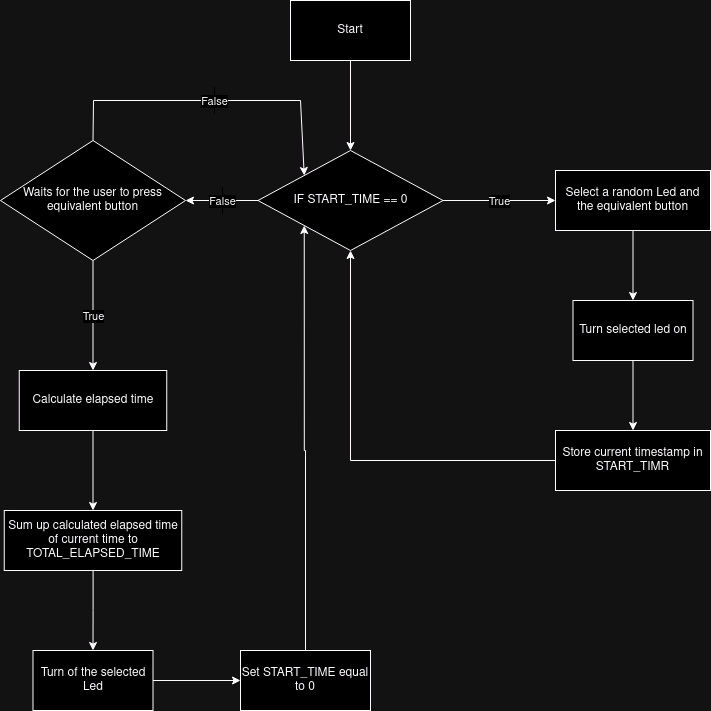
The draw.io diagram assets/diagram.png in hans-thomas/smart-punching-bag, before a commit. Source tidied: cells renumbered, new cells last; positions are measured from the earlier drawing's top-left corner, leaving out a move shared by most shapes.
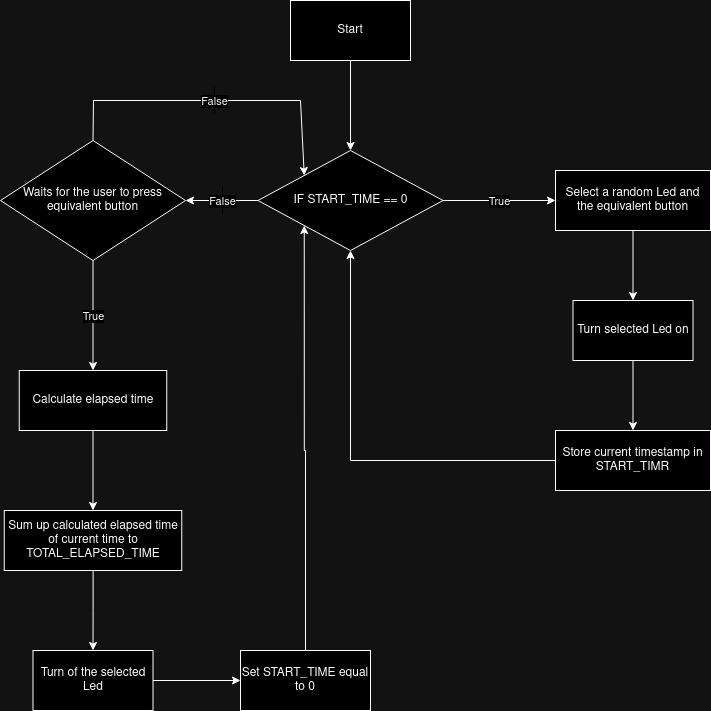
The same diagram one commit later.

Diff of the diagram source:
```diff
@@ -26,7 +26,7 @@
     <mxCell id="9" style="edgeStyle=orthogonalEdgeStyle;rounded=0;jettySize=auto;html=1;exitX=0.5;exitY=1;exitDx=0;exitDy=0;entryX=0.5;entryY=0;entryDx=0;entryDy=0;" parent="1" edge="1" source="10" target="8">
       <mxGeometry relative="1" as="geometry" />
     </mxCell>
-    <mxCell id="10" value="Turn selected led on" style="whiteSpace=wrap;html=1;" parent="1" vertex="1">
+    <mxCell id="10" value="Turn selected Led on" style="whiteSpace=wrap;html=1;" parent="1" vertex="1">
       <mxGeometry x="572.5" y="300" width="120" height="60" as="geometry" />
     </mxCell>
     <mxCell id="11" value="Waits for the user to press equivalent button" style="rhombus;whiteSpace=wrap;html=1;" parent="1" vertex="1">
```
